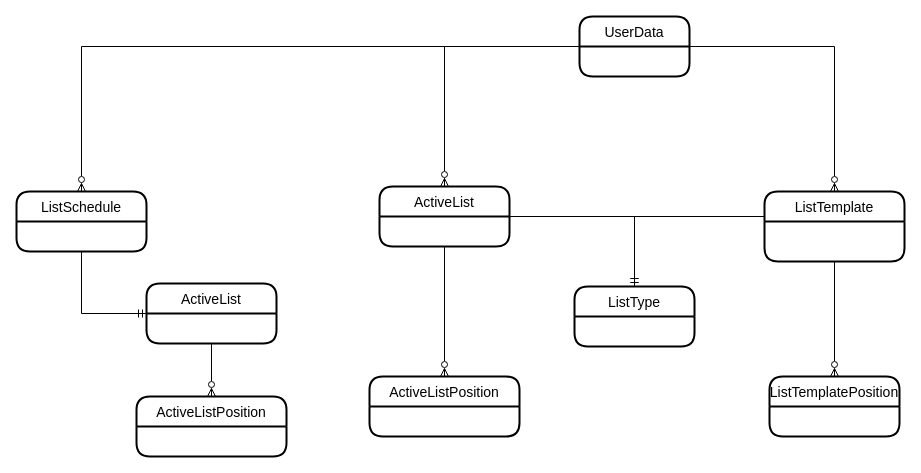
NoHive/listopolis keeps this draw.io diagram as doc/listopolis_datastructure.drawio. Above is the earlier version. Source tidied: cells renumbered, new cells numbered last; positions are measured from the earlier drawing's top-left corner, leaving out a move shared by most shapes. Both pictures are drawn from the tidied source at 100%, with x=0, y=0 at pixel (16, 16).
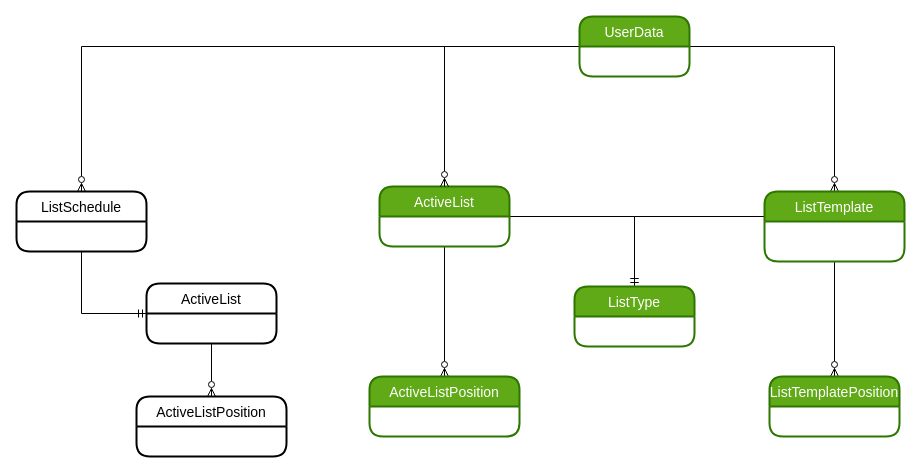
Above is the later version.

Diff of the diagram source:
```diff
@@
-    <mxCell id="4" value="ActiveList" style="swimlane;horizontal=1;startSize=30;rounded=1;fontSize=14;fontStyle=0;strokeWidth=2;shadow=0;dashed=0;align=center;" parent="1" vertex="1">
+    <mxCell id="4" value="ActiveList" style="swimlane;horizontal=1;startSize=30;rounded=1;fontSize=14;fontStyle=0;strokeWidth=2;shadow=0;dashed=0;align=center;fillColor=#60a917;fontColor=#ffffff;strokeColor=#2D7600;" parent="1" vertex="1">
       <mxGeometry x="363" y="170" width="130" height="60" as="geometry" />
     </mxCell>
@@
-    <mxCell id="8" value="UserData" style="swimlane;horizontal=1;startSize=30;rounded=1;fontSize=14;fontStyle=0;strokeWidth=2;shadow=0;dashed=0;align=center;" parent="1" vertex="1">
+    <mxCell id="8" value="UserData" style="swimlane;horizontal=1;startSize=30;rounded=1;fontSize=14;fontStyle=0;strokeWidth=2;shadow=0;dashed=0;align=center;fillColor=#60a917;fontColor=#ffffff;strokeColor=#2D7600;" parent="1" vertex="1">
       <mxGeometry x="563" width="110" height="60" as="geometry" />
     </mxCell>
@@
-    <mxCell id="11" value="ListTemplate" style="swimlane;horizontal=1;startSize=30;rounded=1;fontSize=14;fontStyle=0;strokeWidth=2;shadow=0;dashed=0;align=center;" parent="1" vertex="1">
+    <mxCell id="11" value="ListTemplate" style="swimlane;horizontal=1;startSize=30;rounded=1;fontSize=14;fontStyle=0;strokeWidth=2;shadow=0;dashed=0;align=center;fillColor=#60a917;fontColor=#ffffff;strokeColor=#2D7600;" parent="1" vertex="1">
       <mxGeometry x="748" y="175" width="140" height="70" as="geometry" />
     </mxCell>
-    <mxCell id="12" value="ActiveListPosition" style="swimlane;horizontal=1;startSize=30;rounded=1;fontSize=14;fontStyle=0;strokeWidth=2;shadow=0;dashed=0;align=center;" parent="1" vertex="1">
+    <mxCell id="12" value="ActiveListPosition" style="swimlane;horizontal=1;startSize=30;rounded=1;fontSize=14;fontStyle=0;strokeWidth=2;shadow=0;dashed=0;align=center;fillColor=#60a917;fontColor=#ffffff;strokeColor=#2D7600;" parent="1" vertex="1">
       <mxGeometry x="353" y="360" width="150" height="60" as="geometry" />
     </mxCell>
-    <mxCell id="13" value="ListTemplatePosition" style="swimlane;horizontal=1;startSize=30;rounded=1;fontSize=14;fontStyle=0;strokeWidth=2;shadow=0;dashed=0;align=center;" parent="1" vertex="1">
+    <mxCell id="13" value="ListTemplatePosition" style="swimlane;horizontal=1;startSize=30;rounded=1;fontSize=14;fontStyle=0;strokeWidth=2;shadow=0;dashed=0;align=center;fillColor=#60a917;fontColor=#ffffff;strokeColor=#2D7600;" parent="1" vertex="1">
       <mxGeometry x="753" y="360" width="130" height="60" as="geometry" />
     </mxCell>
-    <mxCell id="14" value="ListType" style="swimlane;horizontal=1;startSize=30;rounded=1;fontSize=14;fontStyle=0;strokeWidth=2;shadow=0;dashed=0;align=center;" parent="1" vertex="1">
+    <mxCell id="14" value="ListType" style="swimlane;horizontal=1;startSize=30;rounded=1;fontSize=14;fontStyle=0;strokeWidth=2;shadow=0;dashed=0;align=center;fillColor=#60a917;fontColor=#ffffff;strokeColor=#2D7600;" parent="1" vertex="1">
       <mxGeometry x="558" y="270" width="120" height="60" as="geometry" />
     </mxCell>
```
